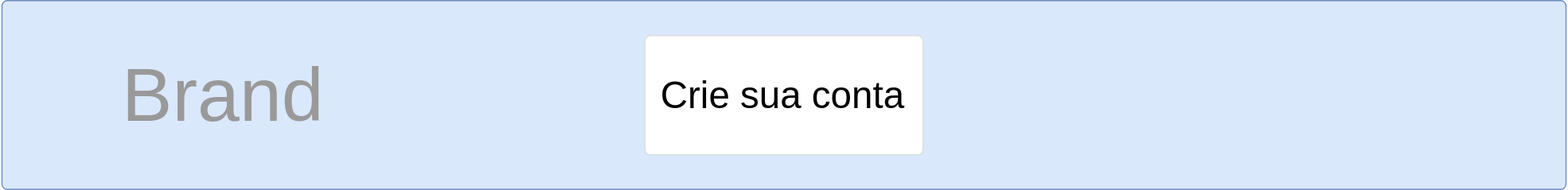
Above: wireframes/myBank.svg in guilhermeferreira7/chipre-bank (draw.io), before the change. Source tidied: cells renumbered, new cells last; positions are measured from the earlier drawing's top-left corner, leaving out a move shared by most shapes.
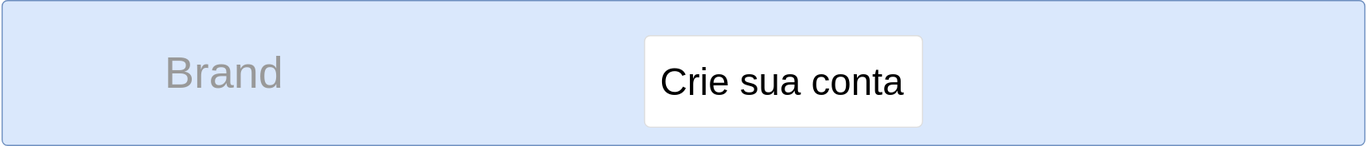
The same file after the commit.

Change to the diagram source:
```diff
@@ -3,13 +3,13 @@
     <mxCell id="0" />
     <mxCell id="1" parent="0" />
     <mxCell id="2" style="html=1;shadow=0;dashed=0;shape=mxgraph.bootstrap.rrect;rSize=5;fillColor=#dae8fc;strokeColor=#6c8ebf;whiteSpace=wrap;" parent="1" vertex="1">
-      <mxGeometry width="1406" height="170" as="geometry" />
+      <mxGeometry width="1226" height="130" as="geometry" />
     </mxCell>
-    <mxCell id="3" value="&lt;font style=&quot;font-size: 68px&quot;&gt;Brand&lt;/font&gt;" style="html=1;shadow=0;dashed=0;shape=mxgraph.bootstrap.anchor;fontColor=#999999;fontSize=14;whiteSpace=wrap;" parent="2" vertex="1">
-      <mxGeometry width="400" height="170" relative="1" as="geometry" />
+    <mxCell id="3" value="&lt;font style=&quot;font-size: 40px&quot;&gt;Brand&lt;/font&gt;" style="html=1;shadow=0;dashed=0;shape=mxgraph.bootstrap.anchor;fontColor=#999999;fontSize=14;whiteSpace=wrap;" parent="2" vertex="1">
+      <mxGeometry width="400" height="130" relative="1" as="geometry" />
     </mxCell>
     <mxCell id="4" value="&lt;span style=&quot;font-size: 34px&quot;&gt;Crie sua conta&lt;/span&gt;" style="html=1;shadow=0;dashed=0;shape=mxgraph.bootstrap.rrect;rSize=5;strokeColor=#dddddd;whiteSpace=wrap;" parent="2" vertex="1">
-      <mxGeometry width="250" height="107.37" relative="1" as="geometry">
+      <mxGeometry width="250" height="82.11" relative="1" as="geometry">
         <mxPoint x="578" y="31.5" as="offset" />
       </mxGeometry>
     </mxCell>
```
